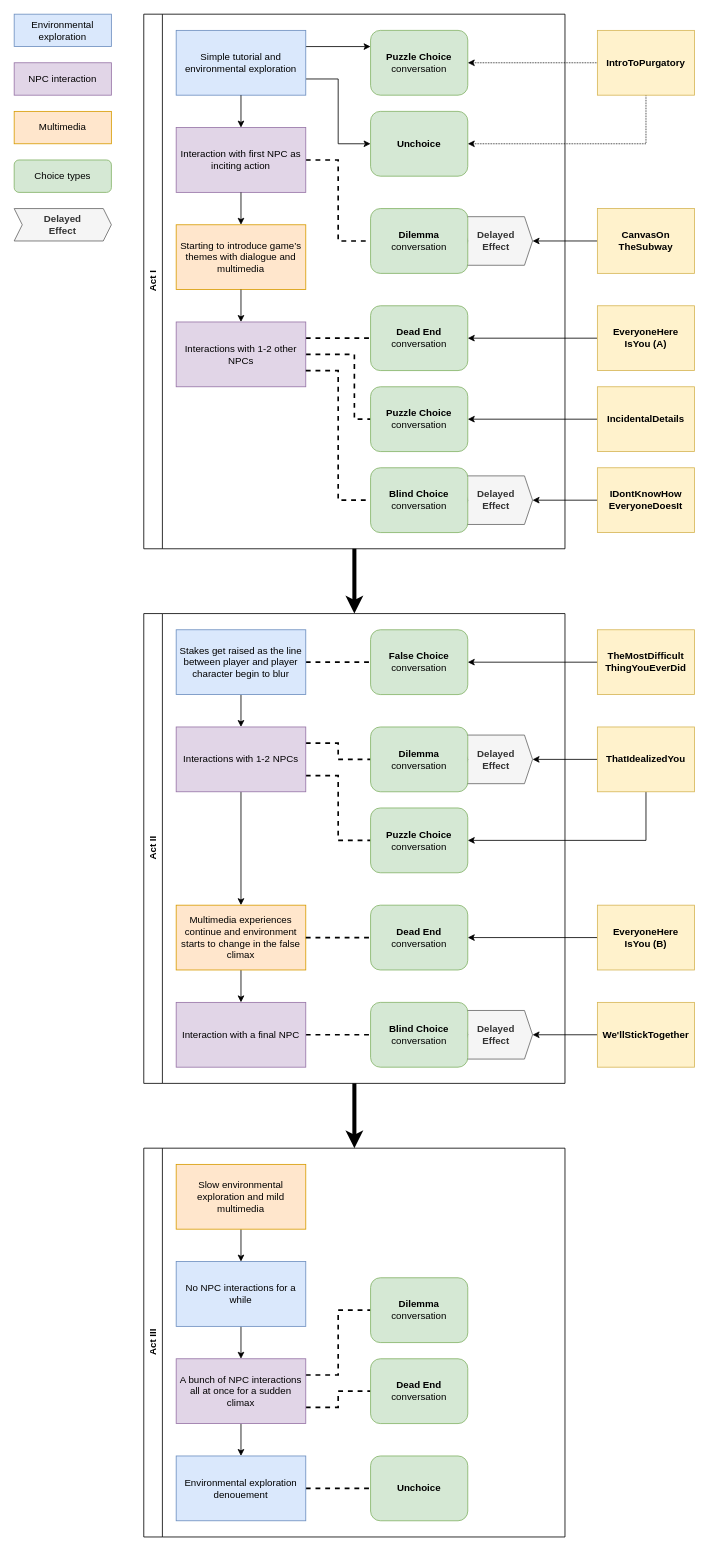
Above: Assets/Conversations/PlotStructure.drawio in Owmacohe/UNDERSCORE (draw.io), before the change. Source tidied: cells renumbered, new cells numbered last; positions are measured from the earlier drawing's top-left corner, leaving out a move shared by most shapes. Both pictures are drawn from the tidied source at 81%, with x=0, y=0 at pixel (14, 14).
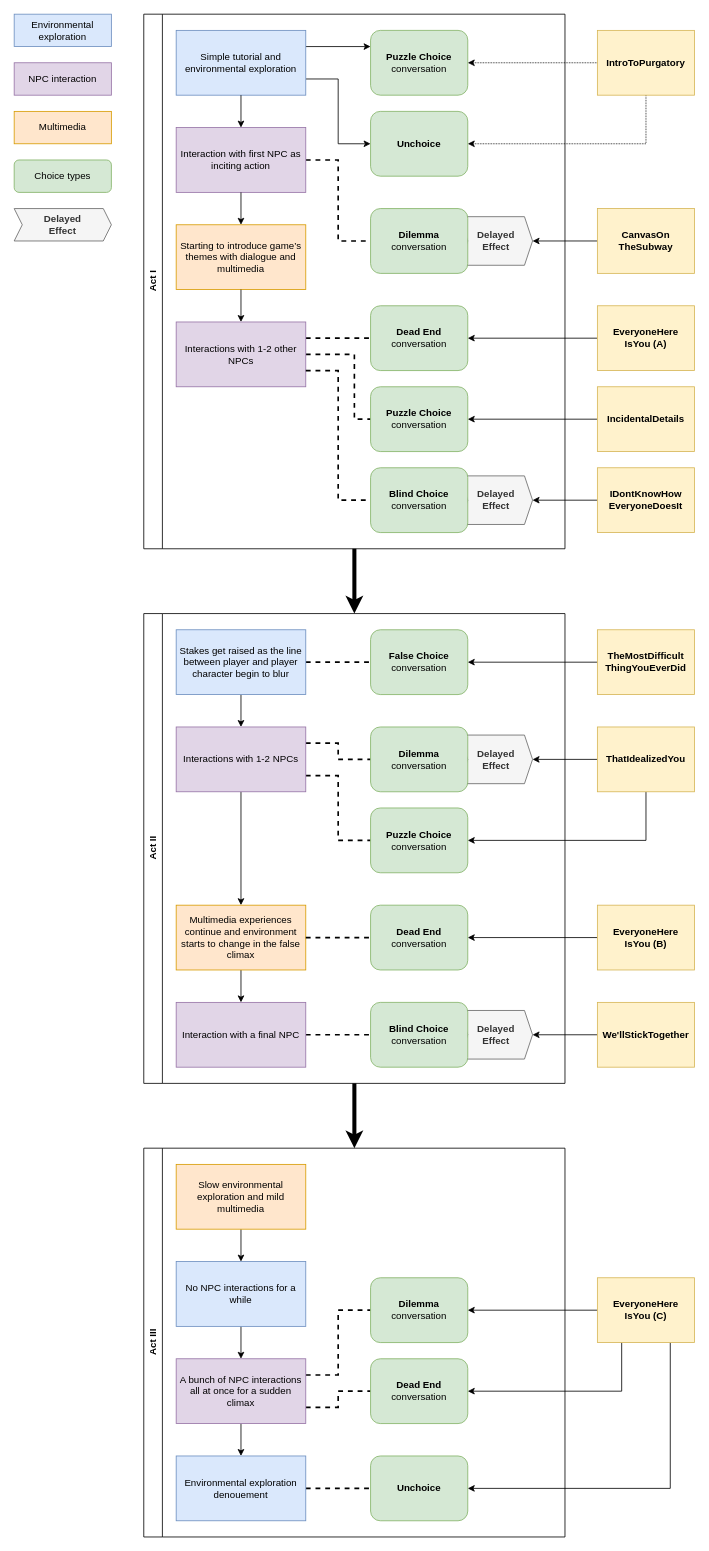
The same page after the edit.

The change refers to these unchanged cells:
```xml
<mxCell id="57" value="&lt;b&gt;Dilemma&lt;br&gt;&lt;/b&gt;conversation" style="rounded=1;whiteSpace=wrap;html=1;fillColor=#d5e8d4;strokeColor=#82b366;" parent="46" vertex="1">
  <mxGeometry x="280" y="160" width="120" height="80" as="geometry" />
</mxCell>
<mxCell id="58" value="&lt;b&gt;Dead End&lt;br&gt;&lt;/b&gt;conversation" style="rounded=1;whiteSpace=wrap;html=1;fillColor=#d5e8d4;strokeColor=#82b366;" parent="46" vertex="1">
  <mxGeometry x="280" y="260" width="120" height="80" as="geometry" />
</mxCell>
<mxCell id="59" value="&lt;b&gt;Unchoice&lt;/b&gt;" style="rounded=1;whiteSpace=wrap;html=1;fillColor=#d5e8d4;strokeColor=#82b366;" parent="46" vertex="1">
  <mxGeometry x="280" y="380" width="120" height="80" as="geometry" />
</mxCell>
```

The edit, as a diff of the source:
```diff
@@
+    <mxCell id="85" style="edgeStyle=orthogonalEdgeStyle;rounded=0;jettySize=auto;html=1;exitX=0;exitY=0.5;exitDx=0;exitDy=0;entryX=1;entryY=0.5;entryDx=0;entryDy=0;" parent="1" edge="1" source="88" target="57">
+      <mxGeometry relative="1" as="geometry" />
+    </mxCell>
+    <mxCell id="86" style="edgeStyle=orthogonalEdgeStyle;rounded=0;jettySize=auto;html=1;exitX=0.25;exitY=1;exitDx=0;exitDy=0;entryX=1;entryY=0.5;entryDx=0;entryDy=0;" parent="1" edge="1" source="88" target="58">
+      <mxGeometry relative="1" as="geometry" />
+    </mxCell>
+    <mxCell id="87" style="edgeStyle=orthogonalEdgeStyle;rounded=0;jettySize=auto;html=1;exitX=0.75;exitY=1;exitDx=0;exitDy=0;entryX=1;entryY=0.5;entryDx=0;entryDy=0;" parent="1" edge="1" source="88" target="59">
+      <mxGeometry relative="1" as="geometry" />
+    </mxCell>
+    <mxCell id="88" value="EveryoneHere&lt;br&gt;IsYou (C)" style="rounded=0;whiteSpace=wrap;html=1;fillColor=#fff2cc;strokeColor=#d6b656;fontStyle=1;" parent="1" vertex="1">
+      <mxGeometry x="720" y="1560" width="120" height="80" as="geometry" />
+    </mxCell>
```
